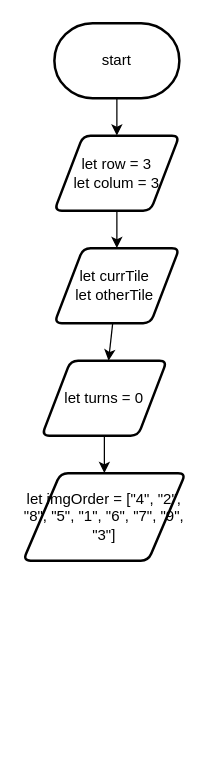
The draw.io diagram flowchart.drawio in Chloe-Havel/ICS2O-Final-Project-Chloe, before the edit. Source tidied: cells renumbered, new cells numbered last; positions are measured from the earlier drawing's top-left corner, leaving out a move shared by most shapes. Both pictures are drawn from the tidied source at 125%, with x=0, y=0 at pixel (22, 22).
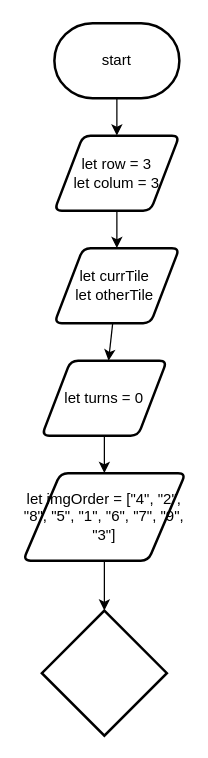
The same page after the edit.

The edit, as a diff of the source:
```diff
@@
 <mxGraphModel>
   <root>
     <mxCell id="0" />
     <mxCell id="1" parent="0" />
     <mxCell id="2" style="edgeStyle=none;html=1;entryX=0.5;entryY=0;entryDx=0;entryDy=0;" parent="1" edge="1" source="3" target="5">
       <mxGeometry relative="1" as="geometry" />
     </mxCell>
     <mxCell id="3" value="start" style="strokeWidth=2;html=1;shape=mxgraph.flowchart.terminator;whiteSpace=wrap;" parent="1" vertex="1">
       <mxGeometry x="25" width="100" height="60" as="geometry" />
     </mxCell>
     <mxCell id="4" style="edgeStyle=none;html=1;" parent="1" edge="1" source="5" target="7">
       <mxGeometry relative="1" as="geometry" />
     </mxCell>
     <mxCell id="5" value="let row = 3&lt;br&gt;let colum = 3" style="shape=parallelogram;html=1;strokeWidth=2;perimeter=parallelogramPerimeter;whiteSpace=wrap;rounded=1;arcSize=12;size=0.23;" parent="1" vertex="1">
       <mxGeometry x="25" y="90" width="100" height="60" as="geometry" />
     </mxCell>
     <mxCell id="6" style="edgeStyle=none;html=1;" parent="1" edge="1" source="7" target="9">
       <mxGeometry relative="1" as="geometry" />
     </mxCell>
     <mxCell id="7" value="let currTile&amp;nbsp;&lt;br&gt;let otherTile&amp;nbsp;" style="shape=parallelogram;html=1;strokeWidth=2;perimeter=parallelogramPerimeter;whiteSpace=wrap;rounded=1;arcSize=12;size=0.23;" parent="1" vertex="1">
       <mxGeometry x="25" y="180" width="100" height="60" as="geometry" />
     </mxCell>
     <mxCell id="8" style="edgeStyle=none;html=1;" parent="1" edge="1" source="9" target="10">
       <mxGeometry relative="1" as="geometry" />
     </mxCell>
     <mxCell id="9" value="let turns = 0" style="shape=parallelogram;html=1;strokeWidth=2;perimeter=parallelogramPerimeter;whiteSpace=wrap;rounded=1;arcSize=12;size=0.23;" parent="1" vertex="1">
       <mxGeometry x="15" y="270" width="100" height="60" as="geometry" />
     </mxCell>
+    <mxCell id="11" style="edgeStyle=none;html=1;entryX=0.5;entryY=0;entryDx=0;entryDy=0;entryPerimeter=0;" parent="1" edge="1" source="10" target="12">
+      <mxGeometry relative="1" as="geometry" />
+    </mxCell>
     <mxCell id="10" value="let imgOrder = [&quot;4&quot;, &quot;2&quot;, &quot;8&quot;, &quot;5&quot;, &quot;1&quot;, &quot;6&quot;, &quot;7&quot;, &quot;9&quot;, &quot;3&quot;]" style="shape=parallelogram;html=1;strokeWidth=2;perimeter=parallelogramPerimeter;whiteSpace=wrap;rounded=1;arcSize=12;size=0.23;" parent="1" vertex="1">
       <mxGeometry y="360" width="130" height="70" as="geometry" />
     </mxCell>
+    <mxCell id="12" style="strokeWidth=2;html=1;shape=mxgraph.flowchart.decision;whiteSpace=wrap;" parent="1" vertex="1">
+      <mxGeometry x="15" y="470" width="100" height="100" as="geometry" />
+    </mxCell>
   </root>
 </mxGraphModel>
```
